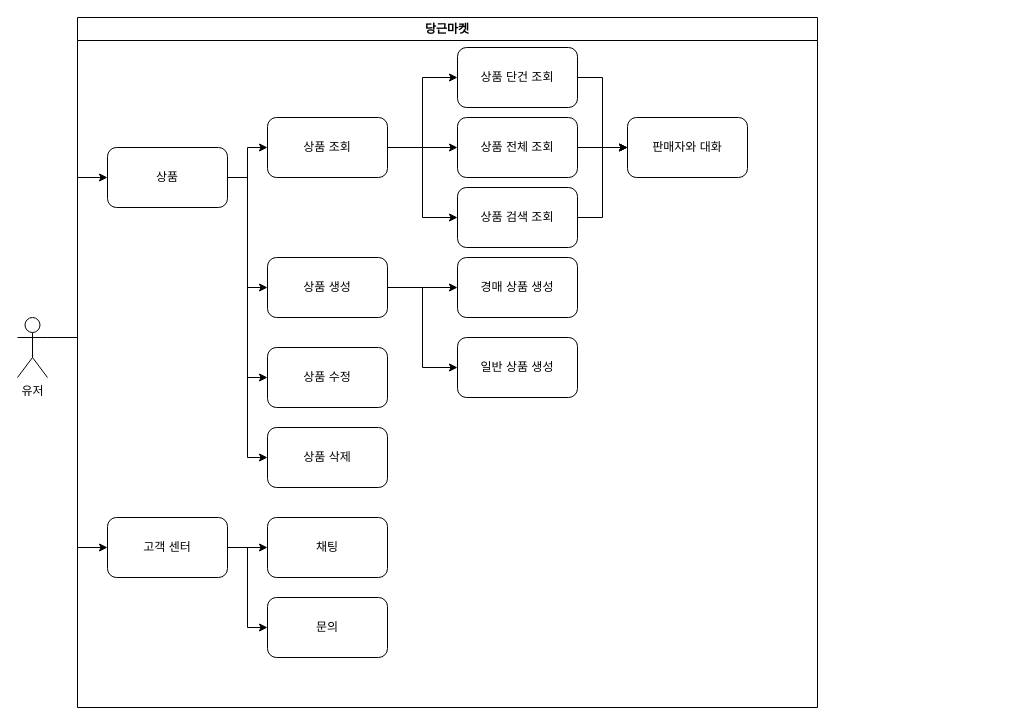
The draw.io diagram document/유즈케이스.drawio in kimkwon123/study-chatting, before the edit. Source tidied: cells renumbered, new cells numbered last; positions are measured from the earlier drawing's top-left corner, leaving out a move shared by most shapes. Both pictures are drawn from the tidied source at 100%, with x=0, y=0 at pixel (17, 17).
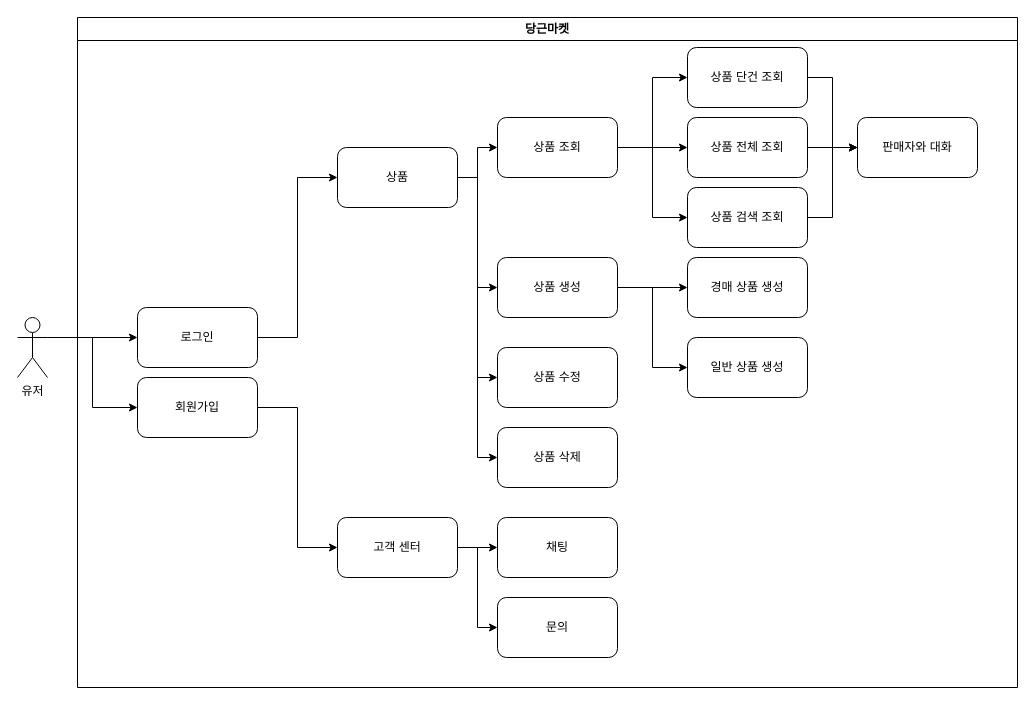
The same diagram, later.

Commit message:
update: 로그인/회원가입 추가

Unchanged cells that the change refers to:
```xml
<mxCell id="4" value="유저" style="shape=umlActor;verticalLabelPosition=bottom;verticalAlign=top;html=1;outlineConnect=0;" parent="1" vertex="1">
  <mxGeometry y="300" width="30" height="60" as="geometry" />
</mxCell>
```

Diff of the diagram source:
```diff
@@
-    <mxCell id="2" style="edgeStyle=orthogonalEdgeStyle;rounded=0;jettySize=auto;html=1;exitX=1;exitY=0.3333333333333333;exitDx=0;exitDy=0;exitPerimeter=0;entryX=0;entryY=0.5;entryDx=0;entryDy=0;" parent="1" edge="1" source="4" target="10">
-      <mxGeometry relative="1" as="geometry" />
-    </mxCell>
-    <mxCell id="3" style="edgeStyle=orthogonalEdgeStyle;rounded=0;jettySize=auto;html=1;exitX=1;exitY=0.3333333333333333;exitDx=0;exitDy=0;exitPerimeter=0;entryX=0;entryY=0.5;entryDx=0;entryDy=0;" parent="1" edge="1" source="4" target="29">
-      <mxGeometry relative="1" as="geometry" />
-    </mxCell>
+    <mxCell id="34" style="edgeStyle=orthogonalEdgeStyle;rounded=0;jettySize=auto;html=1;exitX=1;exitY=0.3333333333333333;exitDx=0;exitDy=0;exitPerimeter=0;entryX=0;entryY=0.5;entryDx=0;entryDy=0;" parent="1" edge="1" source="4" target="36">
+      <mxGeometry relative="1" as="geometry" />
+    </mxCell>
+    <mxCell id="35" style="edgeStyle=orthogonalEdgeStyle;rounded=0;jettySize=auto;html=1;exitX=1;exitY=0.3333333333333333;exitDx=0;exitDy=0;exitPerimeter=0;entryX=0;entryY=0.5;entryDx=0;entryDy=0;" parent="1" edge="1" source="4" target="37">
+      <mxGeometry relative="1" as="geometry" />
+    </mxCell>
@@
     <mxCell id="5" value="당근마켓" style="swimlane;whiteSpace=wrap;html=1;" parent="1" vertex="1">
-      <mxGeometry x="60" width="740" height="690" as="geometry" />
+      <mxGeometry x="60" width="940" height="670" as="geometry" />
     </mxCell>
@@
     <mxCell id="10" value="상품" style="rounded=1;whiteSpace=wrap;html=1;" parent="5" vertex="1">
-      <mxGeometry x="30" y="130" width="120" height="60" as="geometry" />
+      <mxGeometry x="260" y="130" width="120" height="60" as="geometry" />
     </mxCell>
@@
     <mxCell id="14" value="상품 조회" style="rounded=1;whiteSpace=wrap;html=1;" parent="5" vertex="1">
-      <mxGeometry x="190" y="100" width="120" height="60" as="geometry" />
+      <mxGeometry x="420" y="100" width="120" height="60" as="geometry" />
     </mxCell>
@@
     <mxCell id="17" value="상품 생성" style="rounded=1;whiteSpace=wrap;html=1;" parent="5" vertex="1">
-      <mxGeometry x="190" y="240" width="120" height="60" as="geometry" />
+      <mxGeometry x="420" y="240" width="120" height="60" as="geometry" />
     </mxCell>
     <mxCell id="18" value="상품 수정" style="rounded=1;whiteSpace=wrap;html=1;" parent="5" vertex="1">
-      <mxGeometry x="190" y="330" width="120" height="60" as="geometry" />
+      <mxGeometry x="420" y="330" width="120" height="60" as="geometry" />
     </mxCell>
     <mxCell id="19" value="상품 삭제" style="rounded=1;whiteSpace=wrap;html=1;" parent="5" vertex="1">
-      <mxGeometry x="190" y="410" width="120" height="60" as="geometry" />
+      <mxGeometry x="420" y="410" width="120" height="60" as="geometry" />
     </mxCell>
@@
     <mxCell id="21" value="상품 단건 조회" style="rounded=1;whiteSpace=wrap;html=1;" parent="5" vertex="1">
-      <mxGeometry x="380" y="30" width="120" height="60" as="geometry" />
+      <mxGeometry x="610" y="30" width="120" height="60" as="geometry" />
     </mxCell>
@@
     <mxCell id="23" value="상품 전체 조회" style="rounded=1;whiteSpace=wrap;html=1;" parent="5" vertex="1">
-      <mxGeometry x="380" y="100" width="120" height="60" as="geometry" />
+      <mxGeometry x="610" y="100" width="120" height="60" as="geometry" />
     </mxCell>
@@
     <mxCell id="25" value="상품 검색 조회" style="rounded=1;whiteSpace=wrap;html=1;" parent="5" vertex="1">
-      <mxGeometry x="380" y="170" width="120" height="60" as="geometry" />
+      <mxGeometry x="610" y="170" width="120" height="60" as="geometry" />
     </mxCell>
     <mxCell id="26" value="판매자와 대화" style="rounded=1;whiteSpace=wrap;html=1;" parent="5" vertex="1">
-      <mxGeometry x="550" y="100" width="120" height="60" as="geometry" />
+      <mxGeometry x="780" y="100" width="120" height="60" as="geometry" />
     </mxCell>
@@
     <mxCell id="29" value="고객 센터" style="rounded=1;whiteSpace=wrap;html=1;" parent="5" vertex="1">
-      <mxGeometry x="30" y="500" width="120" height="60" as="geometry" />
+      <mxGeometry x="260" y="500" width="120" height="60" as="geometry" />
     </mxCell>
     <mxCell id="30" value="채팅" style="rounded=1;whiteSpace=wrap;html=1;" parent="5" vertex="1">
-      <mxGeometry x="190" y="500" width="120" height="60" as="geometry" />
+      <mxGeometry x="420" y="500" width="120" height="60" as="geometry" />
     </mxCell>
     <mxCell id="31" value="문의" style="rounded=1;whiteSpace=wrap;html=1;" parent="5" vertex="1">
-      <mxGeometry x="190" y="580" width="120" height="60" as="geometry" />
+      <mxGeometry x="420" y="580" width="120" height="60" as="geometry" />
     </mxCell>
     <mxCell id="32" value="경매 상품 생성" style="rounded=1;whiteSpace=wrap;html=1;" parent="5" vertex="1">
-      <mxGeometry x="380" y="240" width="120" height="60" as="geometry" />
+      <mxGeometry x="610" y="240" width="120" height="60" as="geometry" />
     </mxCell>
     <mxCell id="33" value="일반 상품 생성" style="rounded=1;whiteSpace=wrap;html=1;" parent="5" vertex="1">
-      <mxGeometry x="380" y="320" width="120" height="60" as="geometry" />
+      <mxGeometry x="610" y="320" width="120" height="60" as="geometry" />
     </mxCell>
+    <mxCell id="36" value="로그인" style="rounded=1;whiteSpace=wrap;html=1;" parent="5" vertex="1">
+      <mxGeometry x="60" y="290" width="120" height="60" as="geometry" />
+    </mxCell>
+    <mxCell id="37" value="회원가입" style="rounded=1;whiteSpace=wrap;html=1;" parent="5" vertex="1">
+      <mxGeometry x="60" y="360" width="120" height="60" as="geometry" />
+    </mxCell>
+    <mxCell id="2" style="edgeStyle=orthogonalEdgeStyle;rounded=0;jettySize=auto;html=1;exitX=1;exitY=0.5;exitDx=0;exitDy=0;entryX=0;entryY=0.5;entryDx=0;entryDy=0;" parent="5" edge="1" source="36" target="10">
+      <mxGeometry relative="1" as="geometry" />
+    </mxCell>
+    <mxCell id="3" style="edgeStyle=orthogonalEdgeStyle;rounded=0;jettySize=auto;html=1;exitX=1;exitY=0.5;exitDx=0;exitDy=0;entryX=0;entryY=0.5;entryDx=0;entryDy=0;" parent="5" edge="1" source="37" target="29">
+      <mxGeometry relative="1" as="geometry" />
+    </mxCell>
```
